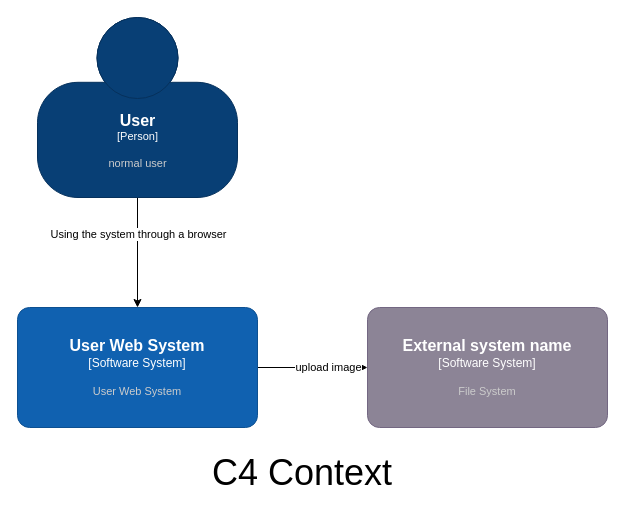
Earlier version of the draw.io diagram C4Context.drawio (xiaobaiTech/image). Source tidied: cells renumbered, new cells numbered last; positions are measured from the earlier drawing's top-left corner, leaving out a move shared by most shapes. Both pictures are drawn from the tidied source at 100%, with x=0, y=0 at pixel (17, 17).
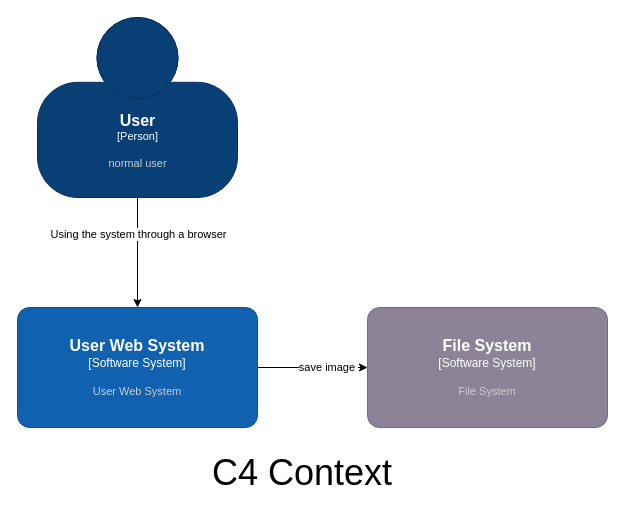
The same page after the edit.

What changed in the source:
```diff
@@
 <mxGraphModel>
   <root>
     <mxCell id="0" />
     <mxCell id="1" parent="0" />
     <mxCell id="2" style="edgeStyle=orthogonalEdgeStyle;rounded=0;jettySize=auto;html=1;exitX=0.5;exitY=1;exitDx=0;exitDy=0;exitPerimeter=0;" parent="1" edge="1" source="4" target="7">
       <mxGeometry relative="1" as="geometry" />
     </mxCell>
     <mxCell id="3" value="Using the system through a browser" style="edgeLabel;html=1;align=center;verticalAlign=middle;" parent="2" vertex="1">
       <mxGeometry x="-0.35" relative="1" as="geometry" />
     </mxCell>
     <object id="4" label="&lt;font style=&quot;font-size: 16px&quot;&gt;&lt;b&gt;%c4Name%&lt;/b&gt;&lt;/font&gt;&lt;div&gt;[%c4Type%]&lt;/div&gt;&lt;br&gt;&lt;div&gt;&lt;font style=&quot;font-size: 11px&quot;&gt;&lt;font color=&quot;#cccccc&quot;&gt;%c4Description%&lt;/font&gt;&lt;/div&gt;" c4Description="normal user" c4Name="User" c4Type="Person" placeholders="1">
       <mxCell style="html=1;fontSize=11;dashed=0;whitespace=wrap;fillColor=#083F75;strokeColor=#06315C;fontColor=#ffffff;shape=mxgraph.c4.person2;align=center;points=[[0.5,0,0],[1,0.5,0],[1,0.75,0],[0.75,1,0],[0.5,1,0],[0.25,1,0],[0,0.75,0],[0,0.5,0]];" parent="1" vertex="1">
         <mxGeometry x="20" width="200" height="180" as="geometry" />
       </mxCell>
     </object>
     <mxCell id="5" style="edgeStyle=orthogonalEdgeStyle;rounded=0;jettySize=auto;html=1;exitX=1;exitY=0.5;exitDx=0;exitDy=0;exitPerimeter=0;" parent="1" edge="1" source="7" target="8">
       <mxGeometry relative="1" as="geometry" />
     </mxCell>
-    <mxCell id="6" value="upload image" style="edgeLabel;html=1;align=center;verticalAlign=middle;" parent="5" vertex="1">
+    <mxCell id="6" value="save image&amp;nbsp;" style="edgeLabel;html=1;align=center;verticalAlign=middle;" parent="5" vertex="1">
       <mxGeometry x="0.27" y="1" relative="1" as="geometry" />
     </mxCell>
     <object id="7" label="&lt;font style=&quot;font-size: 16px&quot;&gt;&lt;b&gt;%c4Name%&lt;/b&gt;&lt;/font&gt;&lt;div&gt;[%c4Type%]&lt;/div&gt;&lt;br&gt;&lt;div&gt;&lt;font style=&quot;font-size: 11px&quot;&gt;&lt;font color=&quot;#cccccc&quot;&gt;%c4Description%&lt;/font&gt;&lt;/div&gt;" c4Description="User Web System" c4Name="User Web System" c4Type="Software System" placeholders="1">
       <mxCell style="rounded=1;whiteSpace=wrap;html=1;labelBackgroundColor=none;fillColor=#1061B0;fontColor=#ffffff;align=center;arcSize=10;strokeColor=#0D5091;points=[[0.25,0,0],[0.5,0,0],[0.75,0,0],[1,0.25,0],[1,0.5,0],[1,0.75,0],[0.75,1,0],[0.5,1,0],[0.25,1,0],[0,0.75,0],[0,0.5,0],[0,0.25,0]];" parent="1" vertex="1">
         <mxGeometry y="290" width="240" height="120" as="geometry" />
       </mxCell>
     </object>
-    <object id="8" label="&lt;font style=&quot;font-size: 16px&quot;&gt;&lt;b&gt;%c4Name%&lt;/b&gt;&lt;/font&gt;&lt;div&gt;[%c4Type%]&lt;/div&gt;&lt;br&gt;&lt;div&gt;&lt;font style=&quot;font-size: 11px&quot;&gt;&lt;font color=&quot;#cccccc&quot;&gt;%c4Description%&lt;/font&gt;&lt;/div&gt;" c4Description="File System" c4Name="External system name" c4Type="Software System" placeholders="1">
+    <object id="8" label="&lt;font style=&quot;font-size: 16px&quot;&gt;&lt;b&gt;%c4Name%&lt;/b&gt;&lt;/font&gt;&lt;div&gt;[%c4Type%]&lt;/div&gt;&lt;br&gt;&lt;div&gt;&lt;font style=&quot;font-size: 11px&quot;&gt;&lt;font color=&quot;#cccccc&quot;&gt;%c4Description%&lt;/font&gt;&lt;/div&gt;" c4Description="File System" c4Name="File System" c4Type="Software System" placeholders="1">
       <mxCell style="rounded=1;whiteSpace=wrap;html=1;labelBackgroundColor=none;fillColor=#8C8496;fontColor=#ffffff;align=center;arcSize=10;strokeColor=#736782;points=[[0.25,0,0],[0.5,0,0],[0.75,0,0],[1,0.25,0],[1,0.5,0],[1,0.75,0],[0.75,1,0],[0.5,1,0],[0.25,1,0],[0,0.75,0],[0,0.5,0],[0,0.25,0]];" parent="1" vertex="1">
         <mxGeometry x="350" y="290" width="240" height="120" as="geometry" />
       </mxCell>
     </object>
     <mxCell id="9" value="&lt;font style=&quot;font-size: 36px&quot;&gt;C4 Context&lt;/font&gt;" style="text;html=1;strokeColor=none;fillColor=none;align=center;verticalAlign=middle;whiteSpace=wrap;rounded=0;" parent="1" vertex="1">
       <mxGeometry x="170" y="440" width="230" height="30" as="geometry" />
     </mxCell>
   </root>
 </mxGraphModel>
```
